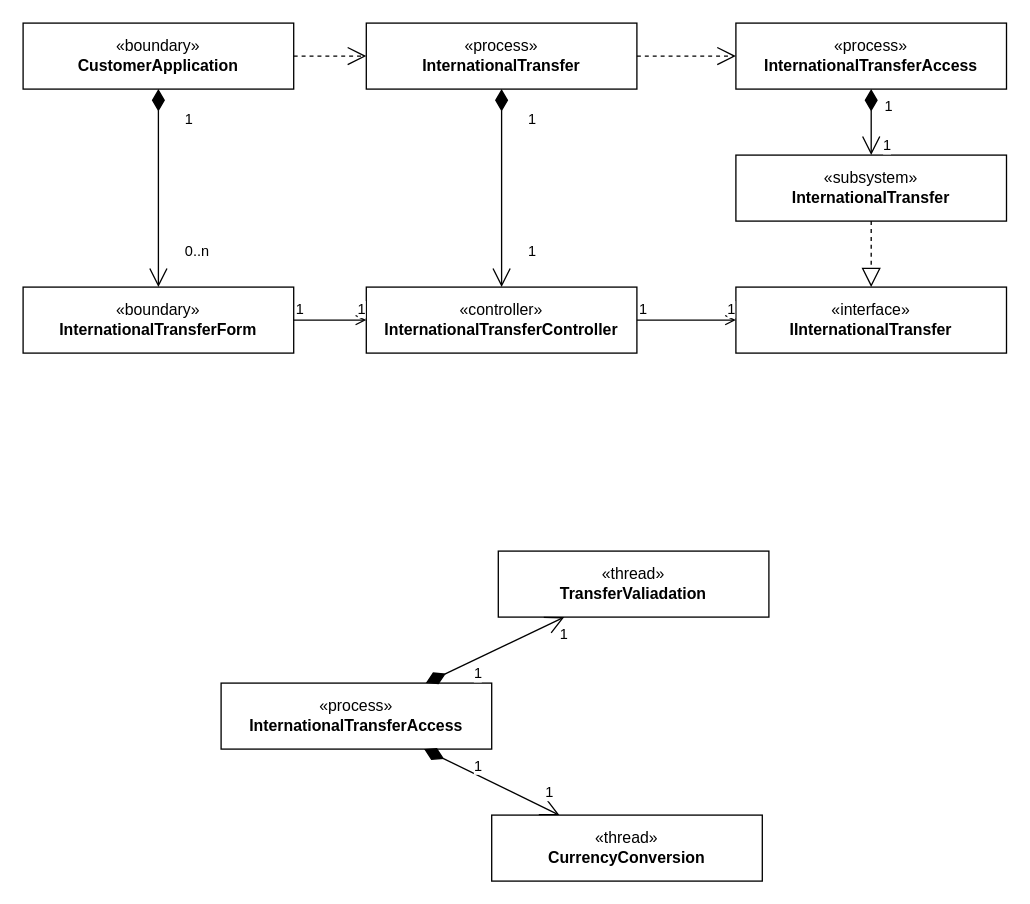
HoangDucBach/bghc keeps this draw.io diagram as page "process and thread" (3 of 3) of uml/BHDG_Usecase_3_0.0.1.drawio. Above is the earlier version. Source tidied: cells renumbered, new cells numbered last; positions are measured from the earlier drawing's top-left corner, leaving out a move shared by most shapes. Both pictures are drawn from the tidied source at 132%, with x=0, y=0 at pixel (22, 22).
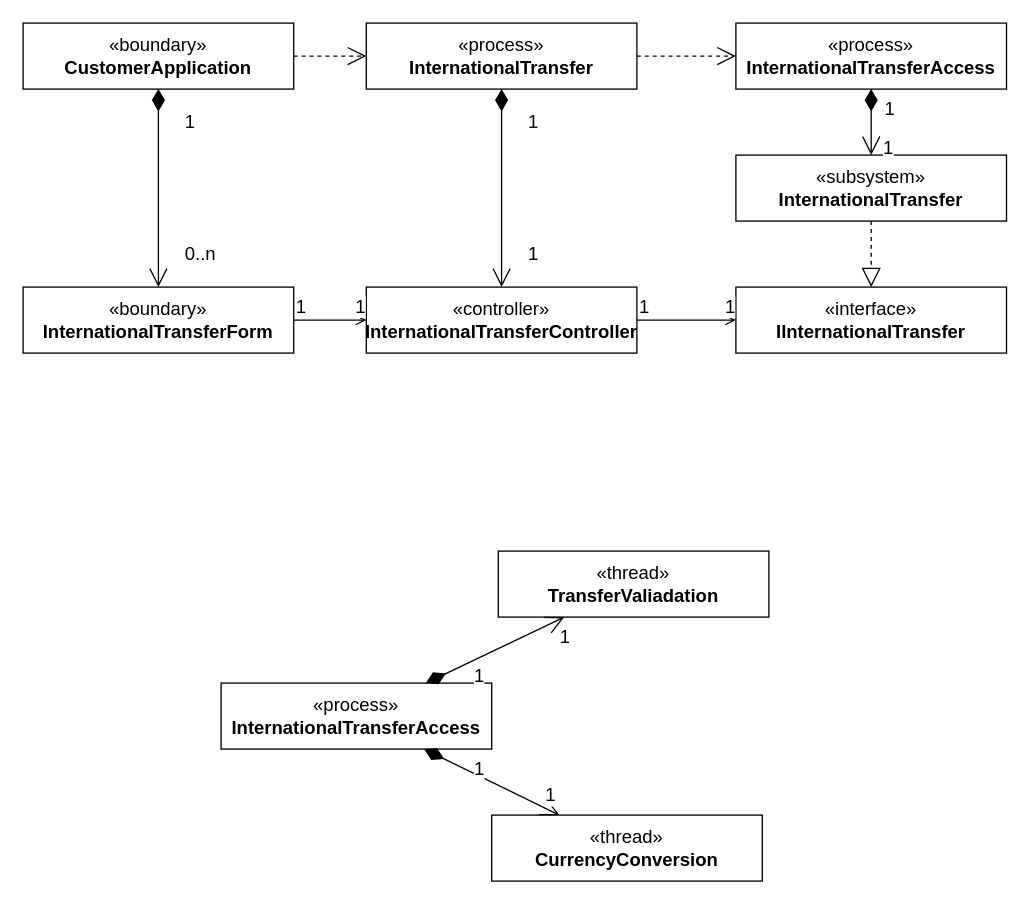
The same diagram, later.

Diff of the diagram source:
```diff
@@
-    <mxCell id="2" value="«controller»&lt;br&gt;&lt;b&gt;InternationalTransferController&lt;/b&gt;" style="html=1;whiteSpace=wrap;" parent="1" vertex="1">
+    <mxCell id="2" value="«controller»&lt;br&gt;&lt;b&gt;InternationalTransferController&lt;/b&gt;" style="html=1;whiteSpace=wrap;fontSize=14;" parent="1" vertex="1">
       <mxGeometry x="260" y="200" width="205" height="50" as="geometry" />
     </mxCell>
-    <mxCell id="3" value="«boundary»&lt;br&gt;&lt;b&gt;InternationalTransferForm&lt;/b&gt;" style="html=1;whiteSpace=wrap;" parent="1" vertex="1">
+    <mxCell id="3" value="«boundary»&lt;br&gt;&lt;b&gt;InternationalTransferForm&lt;/b&gt;" style="html=1;whiteSpace=wrap;fontSize=14;" parent="1" vertex="1">
       <mxGeometry y="200" width="205" height="50" as="geometry" />
     </mxCell>
-    <mxCell id="4" value="«interface»&lt;br&gt;&lt;b&gt;IInternationalTransfer&lt;/b&gt;" style="html=1;whiteSpace=wrap;" parent="1" vertex="1">
+    <mxCell id="4" value="«interface»&lt;br&gt;&lt;b&gt;IInternationalTransfer&lt;/b&gt;" style="html=1;whiteSpace=wrap;fontSize=14;" parent="1" vertex="1">
       <mxGeometry x="540" y="200" width="205" height="50" as="geometry" />
     </mxCell>
-    <mxCell id="5" value="«process»&lt;br&gt;&lt;b&gt;InternationalTransfer&lt;/b&gt;" style="html=1;whiteSpace=wrap;" parent="1" vertex="1">
+    <mxCell id="5" value="«process»&lt;br&gt;&lt;b&gt;InternationalTransfer&lt;/b&gt;" style="html=1;whiteSpace=wrap;fontSize=14;" parent="1" vertex="1">
       <mxGeometry x="260" width="205" height="50" as="geometry" />
     </mxCell>
-    <mxCell id="6" value="«boundary»&lt;br&gt;&lt;b&gt;CustomerApplication&lt;/b&gt;" style="html=1;whiteSpace=wrap;" parent="1" vertex="1">
+    <mxCell id="6" value="«boundary»&lt;br&gt;&lt;b&gt;CustomerApplication&lt;/b&gt;" style="html=1;whiteSpace=wrap;fontSize=14;" parent="1" vertex="1">
       <mxGeometry width="205" height="50" as="geometry" />
     </mxCell>
-    <mxCell id="7" value="«process»&lt;br&gt;&lt;b&gt;InternationalTransferAccess&lt;/b&gt;" style="html=1;whiteSpace=wrap;" parent="1" vertex="1">
+    <mxCell id="7" value="«process»&lt;br&gt;&lt;b&gt;InternationalTransferAccess&lt;/b&gt;" style="html=1;whiteSpace=wrap;fontSize=14;" parent="1" vertex="1">
       <mxGeometry x="540" width="205" height="50" as="geometry" />
     </mxCell>
-    <mxCell id="8" value="«subsystem»&lt;br&gt;&lt;b&gt;InternationalTransfer&lt;/b&gt;" style="html=1;whiteSpace=wrap;" parent="1" vertex="1">
+    <mxCell id="8" value="«subsystem»&lt;br&gt;&lt;b&gt;InternationalTransfer&lt;/b&gt;" style="html=1;whiteSpace=wrap;fontSize=14;" parent="1" vertex="1">
       <mxGeometry x="540" y="100" width="205" height="50" as="geometry" />
     </mxCell>
-    <mxCell id="9" style="endArrow=open;html=1;endSize=12;startArrow=diamondThin;startSize=14;startFill=1;edgeStyle=orthogonalEdgeStyle;rounded=0;" parent="1" edge="1" source="6" target="3">
+    <mxCell id="9" style="endArrow=open;html=1;endSize=12;startArrow=diamondThin;startSize=14;startFill=1;edgeStyle=orthogonalEdgeStyle;rounded=0;fontSize=14;" parent="1" edge="1" source="6" target="3">
       <mxGeometry relative="1" as="geometry" />
     </mxCell>
-    <mxCell id="10" value="1" style="edgeLabel;html=1;align=left;verticalAlign=top;" parent="9" vertex="1">
+    <mxCell id="10" value="1" style="edgeLabel;html=1;align=left;verticalAlign=top;fontSize=14;" parent="9" vertex="1">
       <mxGeometry x="-1" relative="1" as="geometry">
         <mxPoint x="18" y="10" as="offset" />
       </mxGeometry>
     </mxCell>
-    <mxCell id="11" value="&lt;div style=&quot;&quot;&gt;&lt;span style=&quot;background-color: light-dark(#ffffff, var(--ge-dark-color, #121212)); color: light-dark(rgb(0, 0, 0), rgb(255, 255, 255));&quot;&gt;0..n&lt;/span&gt;&lt;/div&gt;" style="edgeLabel;html=1;align=left;verticalAlign=top;" parent="9" vertex="1">
+    <mxCell id="11" value="&lt;div&gt;&lt;span style=&quot;background-color: light-dark(#ffffff, var(--ge-dark-color, #121212)); color: light-dark(rgb(0, 0, 0), rgb(255, 255, 255));&quot;&gt;0..n&lt;/span&gt;&lt;/div&gt;" style="edgeLabel;html=1;align=left;verticalAlign=top;fontSize=14;" parent="9" vertex="1">
       <mxGeometry x="1" relative="1" as="geometry">
         <mxPoint x="18" y="-40" as="offset" />
       </mxGeometry>
     </mxCell>
-    <mxCell id="12" style="endArrow=open;endSize=12;dashed=1;html=1;rounded=0;" parent="1" edge="1" source="6" target="5">
+    <mxCell id="12" style="endArrow=open;endSize=12;dashed=1;html=1;rounded=0;fontSize=14;" parent="1" edge="1" source="6" target="5">
       <mxGeometry relative="1" as="geometry" />
     </mxCell>
-    <mxCell id="13" style="endArrow=open;endSize=12;dashed=1;html=1;rounded=0;" parent="1" edge="1" source="5" target="7">
+    <mxCell id="13" style="endArrow=open;endSize=12;dashed=1;html=1;rounded=0;fontSize=14;" parent="1" edge="1" source="5" target="7">
       <mxGeometry relative="1" as="geometry" />
     </mxCell>
-    <mxCell id="14" style="endArrow=open;html=1;endSize=12;startArrow=diamondThin;startSize=14;startFill=1;edgeStyle=orthogonalEdgeStyle;rounded=0;" parent="1" edge="1" source="7" target="8">
+    <mxCell id="14" style="endArrow=open;html=1;endSize=12;startArrow=diamondThin;startSize=14;startFill=1;edgeStyle=orthogonalEdgeStyle;rounded=0;fontSize=14;" parent="1" edge="1" source="7" target="8">
       <mxGeometry relative="1" as="geometry" />
     </mxCell>
-    <mxCell id="15" value="1" style="edgeLabel;html=1;align=left;verticalAlign=top;" parent="14" vertex="1">
+    <mxCell id="15" value="1" style="edgeLabel;html=1;align=left;verticalAlign=top;fontSize=14;" parent="14" vertex="1">
       <mxGeometry x="-1" relative="1" as="geometry">
         <mxPoint x="8" as="offset" />
       </mxGeometry>
     </mxCell>
-    <mxCell id="16" value="&lt;div style=&quot;&quot;&gt;&lt;span style=&quot;background-color: light-dark(#ffffff, var(--ge-dark-color, #121212)); color: light-dark(rgb(0, 0, 0), rgb(255, 255, 255));&quot;&gt;1&lt;/span&gt;&lt;/div&gt;" style="edgeLabel;html=1;align=left;verticalAlign=top;" parent="14" vertex="1">
+    <mxCell id="16" value="&lt;div&gt;&lt;span style=&quot;background-color: light-dark(#ffffff, var(--ge-dark-color, #121212)); color: light-dark(rgb(0, 0, 0), rgb(255, 255, 255));&quot;&gt;1&lt;/span&gt;&lt;/div&gt;" style="edgeLabel;html=1;align=left;verticalAlign=top;fontSize=14;" parent="14" vertex="1">
       <mxGeometry x="1" relative="1" as="geometry">
         <mxPoint x="7" y="-20" as="offset" />
       </mxGeometry>
     </mxCell>
-    <mxCell id="17" style="endArrow=block;dashed=1;endFill=0;endSize=12;html=1;rounded=0;" parent="1" edge="1" source="8" target="4">
+    <mxCell id="17" style="endArrow=block;dashed=1;endFill=0;endSize=12;html=1;rounded=0;fontSize=14;" parent="1" edge="1" source="8" target="4">
       <mxGeometry relative="1" as="geometry" />
     </mxCell>
-    <mxCell id="18" style="endArrow=open;html=1;edgeStyle=orthogonalEdgeStyle;rounded=0;endFill=0;" parent="1" edge="1" source="3" target="2">
+    <mxCell id="18" style="endArrow=open;html=1;edgeStyle=orthogonalEdgeStyle;rounded=0;endFill=0;fontSize=14;" parent="1" edge="1" source="3" target="2">
       <mxGeometry relative="1" as="geometry" />
     </mxCell>
-    <mxCell id="19" value="1" style="edgeLabel;html=1;align=left;verticalAlign=bottom;" parent="18" vertex="1">
+    <mxCell id="19" value="1" style="edgeLabel;html=1;align=left;verticalAlign=bottom;fontSize=14;" parent="18" vertex="1">
       <mxGeometry x="-1" relative="1" as="geometry" />
     </mxCell>
-    <mxCell id="20" value="1" style="edgeLabel;html=1;align=right;verticalAlign=bottom;" parent="18" vertex="1">
+    <mxCell id="20" value="1" style="edgeLabel;html=1;align=right;verticalAlign=bottom;fontSize=14;" parent="18" vertex="1">
       <mxGeometry x="1" relative="1" as="geometry" />
     </mxCell>
-    <mxCell id="21" style="endArrow=open;html=1;edgeStyle=orthogonalEdgeStyle;rounded=0;endFill=0;" parent="1" edge="1" source="2" target="4">
+    <mxCell id="21" style="endArrow=open;html=1;edgeStyle=orthogonalEdgeStyle;rounded=0;endFill=0;fontSize=14;" parent="1" edge="1" source="2" target="4">
       <mxGeometry relative="1" as="geometry" />
     </mxCell>
-    <mxCell id="22" value="1" style="edgeLabel;html=1;align=left;verticalAlign=bottom;" parent="21" vertex="1">
+    <mxCell id="22" value="1" style="edgeLabel;html=1;align=left;verticalAlign=bottom;fontSize=14;" parent="21" vertex="1">
       <mxGeometry x="-1" relative="1" as="geometry" />
     </mxCell>
-    <mxCell id="23" value="1" style="edgeLabel;html=1;align=right;verticalAlign=bottom;" parent="21" vertex="1">
+    <mxCell id="23" value="1" style="edgeLabel;html=1;align=right;verticalAlign=bottom;fontSize=14;" parent="21" vertex="1">
       <mxGeometry x="1" relative="1" as="geometry" />
     </mxCell>
-    <mxCell id="24" style="endArrow=open;html=1;endSize=12;startArrow=diamondThin;startSize=14;startFill=1;edgeStyle=orthogonalEdgeStyle;rounded=0;" parent="1" edge="1" source="5" target="2">
+    <mxCell id="24" style="endArrow=open;html=1;endSize=12;startArrow=diamondThin;startSize=14;startFill=1;edgeStyle=orthogonalEdgeStyle;rounded=0;fontSize=14;" parent="1" edge="1" source="5" target="2">
       <mxGeometry relative="1" as="geometry" />
     </mxCell>
-    <mxCell id="25" value="1" style="edgeLabel;html=1;align=left;verticalAlign=top;" parent="24" vertex="1">
+    <mxCell id="25" value="1" style="edgeLabel;html=1;align=left;verticalAlign=top;fontSize=14;" parent="24" vertex="1">
       <mxGeometry x="-1" relative="1" as="geometry">
         <mxPoint x="18" y="10" as="offset" />
       </mxGeometry>
     </mxCell>
-    <mxCell id="26" value="&lt;div style=&quot;&quot;&gt;&lt;span style=&quot;background-color: light-dark(#ffffff, var(--ge-dark-color, #121212)); color: light-dark(rgb(0, 0, 0), rgb(255, 255, 255));&quot;&gt;1&lt;/span&gt;&lt;/div&gt;" style="edgeLabel;html=1;align=left;verticalAlign=top;" parent="24" vertex="1">
+    <mxCell id="26" value="&lt;div&gt;&lt;span style=&quot;background-color: light-dark(#ffffff, var(--ge-dark-color, #121212)); color: light-dark(rgb(0, 0, 0), rgb(255, 255, 255));&quot;&gt;1&lt;/span&gt;&lt;/div&gt;" style="edgeLabel;html=1;align=left;verticalAlign=top;fontSize=14;" parent="24" vertex="1">
       <mxGeometry x="1" relative="1" as="geometry">
         <mxPoint x="18" y="-40" as="offset" />
       </mxGeometry>
     </mxCell>
-    <mxCell id="27" value="«process»&lt;br&gt;&lt;b&gt;InternationalTransferAccess&lt;/b&gt;" style="html=1;whiteSpace=wrap;" parent="1" vertex="1">
+    <mxCell id="27" value="«process»&lt;br&gt;&lt;b&gt;InternationalTransferAccess&lt;/b&gt;" style="html=1;whiteSpace=wrap;fontSize=14;" parent="1" vertex="1">
       <mxGeometry x="150" y="500" width="205" height="50" as="geometry" />
     </mxCell>
-    <mxCell id="28" value="«thread»&lt;br&gt;&lt;b&gt;TransferValiadation&lt;/b&gt;" style="html=1;whiteSpace=wrap;" parent="1" vertex="1">
+    <mxCell id="28" value="«thread»&lt;br&gt;&lt;b&gt;TransferValiadation&lt;/b&gt;" style="html=1;whiteSpace=wrap;fontSize=14;" parent="1" vertex="1">
       <mxGeometry x="360" y="400" width="205" height="50" as="geometry" />
     </mxCell>
-    <mxCell id="29" value="«thread»&lt;br&gt;&lt;b&gt;CurrencyConversion&lt;/b&gt;" style="html=1;whiteSpace=wrap;" parent="1" vertex="1">
+    <mxCell id="29" value="«thread»&lt;br&gt;&lt;b&gt;CurrencyConversion&lt;/b&gt;" style="html=1;whiteSpace=wrap;fontSize=14;" parent="1" vertex="1">
       <mxGeometry x="355" y="600" width="205" height="50" as="geometry" />
     </mxCell>
-    <mxCell id="30" style="endArrow=open;html=1;endSize=12;startArrow=diamondThin;startSize=14;startFill=1;rounded=0;" parent="1" edge="1" source="27" target="28">
+    <mxCell id="30" style="endArrow=open;html=1;endSize=12;startArrow=diamondThin;startSize=14;startFill=1;rounded=0;fontSize=14;" parent="1" edge="1" source="27" target="28">
       <mxGeometry relative="1" as="geometry" />
     </mxCell>
-    <mxCell id="31" value="1" style="edgeLabel;html=1;align=left;verticalAlign=top;" parent="30" vertex="1">
+    <mxCell id="31" value="1" style="edgeLabel;html=1;align=left;verticalAlign=top;fontSize=14;" parent="30" vertex="1">
       <mxGeometry x="-1" relative="1" as="geometry">
         <mxPoint x="35" y="-20" as="offset" />
       </mxGeometry>
     </mxCell>
-    <mxCell id="32" value="&lt;div style=&quot;&quot;&gt;&lt;span style=&quot;background-color: light-dark(#ffffff, var(--ge-dark-color, #121212)); color: light-dark(rgb(0, 0, 0), rgb(255, 255, 255));&quot;&gt;1&lt;/span&gt;&lt;/div&gt;" style="edgeLabel;html=1;align=left;verticalAlign=top;" parent="30" vertex="1">
+    <mxCell id="32" value="&lt;div&gt;&lt;span style=&quot;background-color: light-dark(#ffffff, var(--ge-dark-color, #121212)); color: light-dark(rgb(0, 0, 0), rgb(255, 255, 255));&quot;&gt;1&lt;/span&gt;&lt;/div&gt;" style="edgeLabel;html=1;align=left;verticalAlign=top;fontSize=14;" parent="30" vertex="1">
       <mxGeometry x="1" relative="1" as="geometry">
         <mxPoint x="-5" as="offset" />
       </mxGeometry>
     </mxCell>
-    <mxCell id="33" style="endArrow=open;html=1;endSize=12;startArrow=diamondThin;startSize=14;startFill=1;rounded=0;" parent="1" edge="1" source="27" target="29">
+    <mxCell id="33" style="endArrow=open;html=1;endSize=12;startArrow=diamondThin;startSize=14;startFill=1;rounded=0;fontSize=14;" parent="1" edge="1" source="27" target="29">
       <mxGeometry relative="1" as="geometry" />
     </mxCell>
-    <mxCell id="34" value="1" style="edgeLabel;html=1;align=left;verticalAlign=top;" parent="33" vertex="1">
+    <mxCell id="34" value="1" style="edgeLabel;html=1;align=left;verticalAlign=top;fontSize=14;" parent="33" vertex="1">
       <mxGeometry x="-1" relative="1" as="geometry">
         <mxPoint x="36" as="offset" />
       </mxGeometry>
     </mxCell>
-    <mxCell id="35" value="&lt;div style=&quot;&quot;&gt;&lt;span style=&quot;background-color: light-dark(#ffffff, var(--ge-dark-color, #121212)); color: light-dark(rgb(0, 0, 0), rgb(255, 255, 255));&quot;&gt;1&lt;/span&gt;&lt;/div&gt;" style="edgeLabel;html=1;align=left;verticalAlign=top;" parent="33" vertex="1">
+    <mxCell id="35" value="&lt;div&gt;&lt;span style=&quot;background-color: light-dark(#ffffff, var(--ge-dark-color, #121212)); color: light-dark(rgb(0, 0, 0), rgb(255, 255, 255));&quot;&gt;1&lt;/span&gt;&lt;/div&gt;" style="edgeLabel;html=1;align=left;verticalAlign=top;fontSize=14;" parent="33" vertex="1">
       <mxGeometry x="1" relative="1" as="geometry">
         <mxPoint x="-12" y="-30" as="offset" />
       </mxGeometry>
     </mxCell>
```
